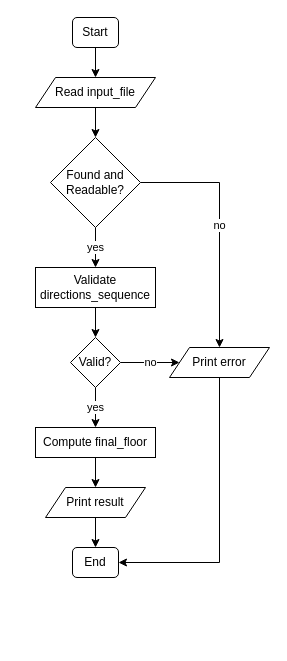
Before: docs/day01/flowchart_floorfinder.drawio in Vocco/aoc_2015, a draw.io diagram. Source tidied: cells renumbered, new cells numbered last; positions are measured from the earlier drawing's top-left corner, leaving out a move shared by most shapes. Both pictures are drawn from the tidied source at 100%, with x=0, y=0 at pixel (35, 17).
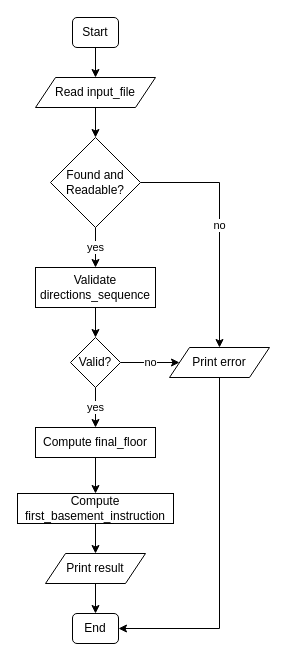
Above is the later version.

Commit message:
Update floorfinder flowchart

The change refers to these unchanged cells:
```xml
<mxCell id="15" value="Compute final_floor" style="rounded=0;whiteSpace=wrap;html=1;" parent="1" vertex="1">
  <mxGeometry y="410" width="120" height="30" as="geometry" />
</mxCell>
<mxCell id="20" value="Print error" style="shape=parallelogram;perimeter=parallelogramPerimeter;whiteSpace=wrap;html=1;fixedSize=1;" parent="1" vertex="1">
  <mxGeometry x="134" y="330" width="100" height="30" as="geometry" />
</mxCell>
```

What changed in the source:
```diff
@@
-    <mxCell id="14" style="edgeStyle=orthogonalEdgeStyle;rounded=0;jettySize=auto;html=1;" parent="1" edge="1" source="15" target="17">
-      <mxGeometry relative="1" as="geometry" />
-    </mxCell>
+    <mxCell id="21" style="edgeStyle=orthogonalEdgeStyle;rounded=0;jettySize=auto;html=1;" parent="1" edge="1" source="15" target="23">
+      <mxGeometry relative="1" as="geometry" />
+    </mxCell>
@@
     <mxCell id="17" value="Print result" style="shape=parallelogram;perimeter=parallelogramPerimeter;whiteSpace=wrap;html=1;fixedSize=1;" parent="1" vertex="1">
-      <mxGeometry x="10" y="470" width="100" height="30" as="geometry" />
+      <mxGeometry x="10" y="536" width="100" height="30" as="geometry" />
     </mxCell>
     <mxCell id="18" value="End" style="rounded=1;whiteSpace=wrap;html=1;" parent="1" vertex="1">
-      <mxGeometry x="37" y="530" width="46" height="30" as="geometry" />
+      <mxGeometry x="37" y="596" width="46" height="30" as="geometry" />
     </mxCell>
     <mxCell id="19" style="edgeStyle=orthogonalEdgeStyle;rounded=0;jettySize=auto;html=1;" parent="1" edge="1" source="20" target="18">
       <mxGeometry relative="1" as="geometry">
         <Array as="points">
-          <mxPoint x="184" y="545" />
+          <mxPoint x="184" y="611" />
         </Array>
       </mxGeometry>
     </mxCell>
@@
+    <mxCell id="22" style="edgeStyle=orthogonalEdgeStyle;rounded=0;jettySize=auto;html=1;" parent="1" edge="1" source="23" target="17">
+      <mxGeometry relative="1" as="geometry" />
+    </mxCell>
+    <mxCell id="23" value="Compute first_basement_instruction" style="rounded=0;whiteSpace=wrap;html=1;" parent="1" vertex="1">
+      <mxGeometry x="-18" y="476" width="156" height="30" as="geometry" />
+    </mxCell>
```
